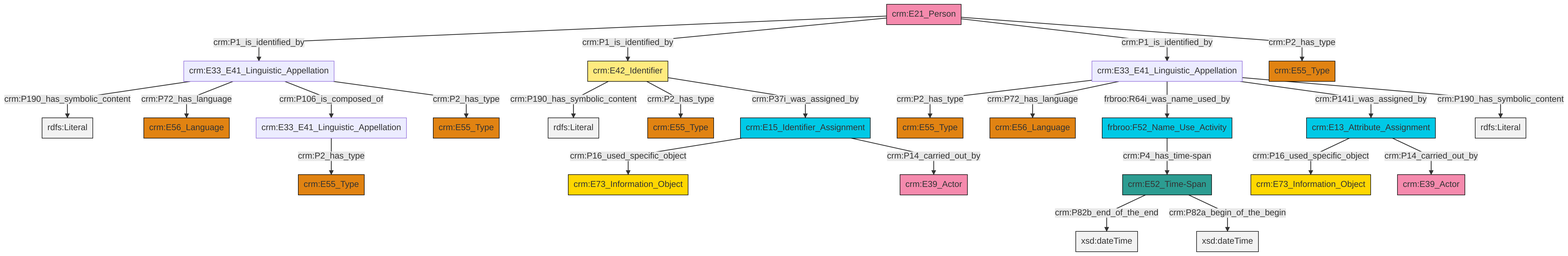
Before: et/personCSV/ttl/mmd/png/Person_Names_and_Classification.png, a diagram exported from Mermaid (swiss-art-research-net/docs.swissartresearch). Its source is kept beside it as et/personCSV/ttl/mmd/Person_Names_and_Classification.ttl.mmd.
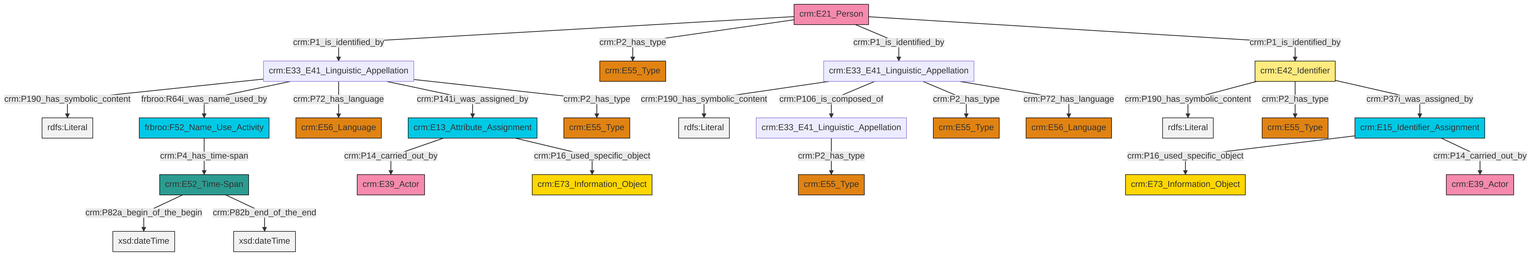
After the change.

The edit, as a diff of the source:
```diff
@@ -13,27 +13,27 @@
 classDef PC_Classes fill:#4ce600, stroke:#000000;
 classDef Multi fill:#cccccc,stroke:#000000;
 
-2["crm:E33_E41_Linguistic_Appellation"]:::Default -->|crm:P2_has_type| 3["crm:E55_Type"]:::Type
-8["crm:E52_Time-Span"]:::Time-Span -->|crm:P82b_end_of_the_end| 9[xsd:dateTime]:::Literal
-2["crm:E33_E41_Linguistic_Appellation"]:::Default -->|crm:P72_has_language| 10["crm:E56_Language"]:::Type
-13["crm:E42_Identifier"]:::Appellation -->|crm:P190_has_symbolic_content| 14[rdfs:Literal]:::Literal
-15["crm:E21_Person"]:::Actor -->|crm:P1_is_identified_by| 16["crm:E33_E41_Linguistic_Appellation"]:::Default
-15["crm:E21_Person"]:::Actor -->|crm:P1_is_identified_by| 13["crm:E42_Identifier"]:::Appellation
-2["crm:E33_E41_Linguistic_Appellation"]:::Default -->|frbroo:R64i_was_name_used_by| 4["frbroo:F52_Name_Use_Activity"]:::Temporal_Entity
-8["crm:E52_Time-Span"]:::Time-Span -->|crm:P82a_begin_of_the_begin| 23[xsd:dateTime]:::Literal
-13["crm:E42_Identifier"]:::Appellation -->|crm:P2_has_type| 24["crm:E55_Type"]:::Type
-6["crm:E13_Attribute_Assignment"]:::Temporal_Entity -->|crm:P16_used_specific_object| 11["crm:E73_Information_Object"]:::Conceptual_Object
-16["crm:E33_E41_Linguistic_Appellation"]:::Default -->|crm:P190_has_symbolic_content| 27[rdfs:Literal]:::Literal
-2["crm:E33_E41_Linguistic_Appellation"]:::Default -->|crm:P141i_was_assigned_by| 6["crm:E13_Attribute_Assignment"]:::Temporal_Entity
-15["crm:E21_Person"]:::Actor -->|crm:P1_is_identified_by| 2["crm:E33_E41_Linguistic_Appellation"]:::Default
-18["crm:E15_Identifier_Assignment"]:::Temporal_Entity -->|crm:P16_used_specific_object| 33["crm:E73_Information_Object"]:::Conceptual_Object
-16["crm:E33_E41_Linguistic_Appellation"]:::Default -->|crm:P72_has_language| 29["crm:E56_Language"]:::Type
-6["crm:E13_Attribute_Assignment"]:::Temporal_Entity -->|crm:P14_carried_out_by| 21["crm:E39_Actor"]:::Actor
-16["crm:E33_E41_Linguistic_Appellation"]:::Default -->|crm:P106_is_composed_of| 31["crm:E33_E41_Linguistic_Appellation"]:::Default
-16["crm:E33_E41_Linguistic_Appellation"]:::Default -->|crm:P2_has_type| 34["crm:E55_Type"]:::Type
-18["crm:E15_Identifier_Assignment"]:::Temporal_Entity -->|crm:P14_carried_out_by| 25["crm:E39_Actor"]:::Actor
-2["crm:E33_E41_Linguistic_Appellation"]:::Default -->|crm:P190_has_symbolic_content| 35[rdfs:Literal]:::Literal
-13["crm:E42_Identifier"]:::Appellation -->|crm:P37i_was_assigned_by| 18["crm:E15_Identifier_Assignment"]:::Temporal_Entity
-31["crm:E33_E41_Linguistic_Appellation"]:::Default -->|crm:P2_has_type| 38["crm:E55_Type"]:::Type
-4["frbroo:F52_Name_Use_Activity"]:::Temporal_Entity -->|crm:P4_has_time-span| 8["crm:E52_Time-Span"]:::Time-Span
-15["crm:E21_Person"]:::Actor -->|crm:P2_has_type| 0["crm:E55_Type"]:::Type
+0["crm:E21_Person"]:::Actor -->|crm:P1_is_identified_by| 1["crm:E33_E41_Linguistic_Appellation"]:::Default
+0["crm:E21_Person"]:::Actor -->|crm:P2_has_type| 4["crm:E55_Type"]:::Type
+5["crm:E52_Time-Span"]:::Time-Span -->|crm:P82a_begin_of_the_begin| 6[xsd:dateTime]:::Literal
+0["crm:E21_Person"]:::Actor -->|crm:P1_is_identified_by| 7["crm:E33_E41_Linguistic_Appellation"]:::Default
+8["crm:E13_Attribute_Assignment"]:::Temporal_Entity -->|crm:P14_carried_out_by| 9["crm:E39_Actor"]:::Actor
+1["crm:E33_E41_Linguistic_Appellation"]:::Default -->|crm:P190_has_symbolic_content| 10[rdfs:Literal]:::Literal
+1["crm:E33_E41_Linguistic_Appellation"]:::Default -->|frbroo:R64i_was_name_used_by| 2["frbroo:F52_Name_Use_Activity"]:::Temporal_Entity
+7["crm:E33_E41_Linguistic_Appellation"]:::Default -->|crm:P190_has_symbolic_content| 12[rdfs:Literal]:::Literal
+7["crm:E33_E41_Linguistic_Appellation"]:::Default -->|crm:P106_is_composed_of| 13["crm:E33_E41_Linguistic_Appellation"]:::Default
+13["crm:E33_E41_Linguistic_Appellation"]:::Default -->|crm:P2_has_type| 14["crm:E55_Type"]:::Type
+15["crm:E42_Identifier"]:::Appellation -->|crm:P190_has_symbolic_content| 16[rdfs:Literal]:::Literal
+7["crm:E33_E41_Linguistic_Appellation"]:::Default -->|crm:P2_has_type| 18["crm:E55_Type"]:::Type
+15["crm:E42_Identifier"]:::Appellation -->|crm:P2_has_type| 19["crm:E55_Type"]:::Type
+2["frbroo:F52_Name_Use_Activity"]:::Temporal_Entity -->|crm:P4_has_time-span| 5["crm:E52_Time-Span"]:::Time-Span
+7["crm:E33_E41_Linguistic_Appellation"]:::Default -->|crm:P72_has_language| 22["crm:E56_Language"]:::Type
+1["crm:E33_E41_Linguistic_Appellation"]:::Default -->|crm:P72_has_language| 23["crm:E56_Language"]:::Type
+5["crm:E52_Time-Span"]:::Time-Span -->|crm:P82b_end_of_the_end| 26[xsd:dateTime]:::Literal
+0["crm:E21_Person"]:::Actor -->|crm:P1_is_identified_by| 15["crm:E42_Identifier"]:::Appellation
+1["crm:E33_E41_Linguistic_Appellation"]:::Default -->|crm:P141i_was_assigned_by| 8["crm:E13_Attribute_Assignment"]:::Temporal_Entity
+28["crm:E15_Identifier_Assignment"]:::Temporal_Entity -->|crm:P16_used_specific_object| 35["crm:E73_Information_Object"]:::Conceptual_Object
+15["crm:E42_Identifier"]:::Appellation -->|crm:P37i_was_assigned_by| 28["crm:E15_Identifier_Assignment"]:::Temporal_Entity
+8["crm:E13_Attribute_Assignment"]:::Temporal_Entity -->|crm:P16_used_specific_object| 37["crm:E73_Information_Object"]:::Conceptual_Object
+28["crm:E15_Identifier_Assignment"]:::Temporal_Entity -->|crm:P14_carried_out_by| 33["crm:E39_Actor"]:::Actor
+1["crm:E33_E41_Linguistic_Appellation"]:::Default -->|crm:P2_has_type| 20["crm:E55_Type"]:::Type
```
